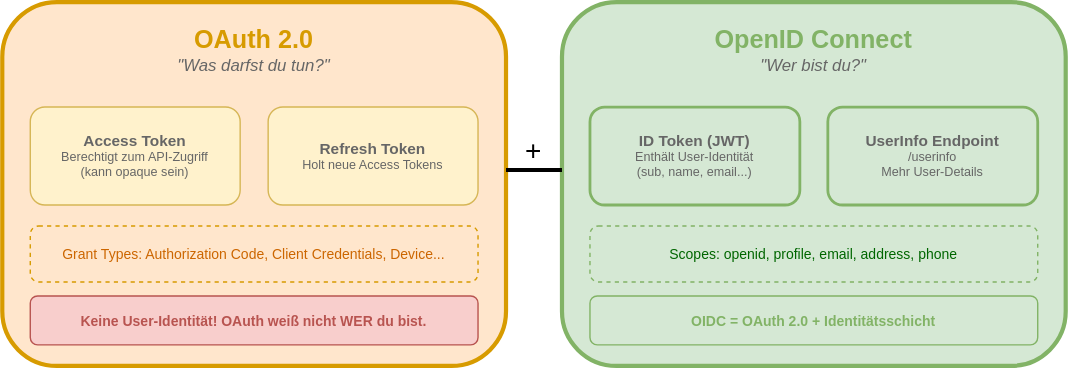
This is slides/02-protokoll-standards/images/oidc_vs_oauth.drawio.svg from it-erben/training-keycloak, a draw.io export, as it was before one commit. Source tidied: cells renumbered, new cells last; positions are measured from the earlier drawing's top-left corner, leaving out a move shared by most shapes.
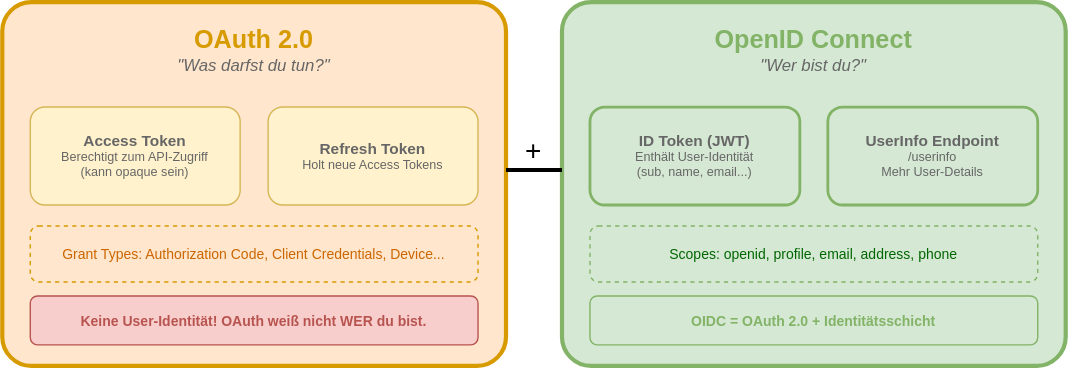
The same diagram one commit later.

Change to the diagram source:
```diff
@@ -2,7 +2,7 @@
   <root>
     <mxCell id="0" />
     <mxCell id="1" parent="0" />
-    <mxCell id="2" value="&lt;font style=&quot;font-size:18px&quot; color=&quot;#d79b00&quot;&gt;&lt;b&gt;OAuth 2.0&lt;/b&gt;&lt;/font&gt;&lt;br&gt;&lt;font color=&quot;#666666&quot;&gt;&lt;i&gt;&amp;quot;Was darfst du tun?&amp;quot;&lt;/i&gt;&lt;/font&gt;" style="rounded=1;whiteSpace=wrap;html=1;fillColor=#ffe6cc;strokeColor=#d79b00;strokeWidth=3;align=center;verticalAlign=top;fontSize=12;fontColor=#666666;spacingTop=10;" parent="1" vertex="1">
+    <mxCell id="2" value="&lt;font style=&quot;font-size:18px&quot; color=&quot;#d79b00&quot;&gt;&lt;b&gt;OAuth 2.0&lt;/b&gt;&lt;/font&gt;&lt;br&gt;&lt;font color=&quot;#666666&quot;&gt;&lt;i&gt;&amp;quot;Was darfst du tun?&amp;quot;&lt;/i&gt;&lt;/font&gt;" style="rounded=1;whiteSpace=wrap;html=1;fillColor=#ffe6cc;strokeColor=#d79b00;strokeWidth=3;align=center;verticalAlign=top;fontSize=12;fontColor=#666666;spacingTop=10;arcSize=8;" parent="1" vertex="1">
       <mxGeometry width="360" height="260" as="geometry" />
     </mxCell>
     <mxCell id="3" value="&lt;font style=&quot;font-size:11px&quot;&gt;&lt;b&gt;Access Token&lt;/b&gt;&lt;/font&gt;&lt;br&gt;&lt;font style=&quot;font-size:9px&quot; color=&quot;#666666&quot;&gt;Berechtigt zum API-Zugriff&lt;/font&gt;&lt;br&gt;&lt;font style=&quot;font-size:9px&quot; color=&quot;#666666&quot;&gt;(kann opaque sein)&lt;/font&gt;" style="rounded=1;whiteSpace=wrap;html=1;fillColor=#fff2cc;strokeColor=#d6b656;strokeWidth=1;align=center;verticalAlign=middle;fontSize=9;fontColor=#666666;" parent="1" vertex="1">
@@ -17,7 +17,7 @@
     <mxCell id="6" value="&lt;font style=&quot;font-size:10px&quot; color=&quot;#b85450&quot;&gt;&lt;b&gt;Keine User-Identität! OAuth weiß nicht WER du bist.&lt;/b&gt;&lt;/font&gt;" style="rounded=1;whiteSpace=wrap;html=1;fillColor=#f8cecc;strokeColor=#b85450;strokeWidth=1;align=center;verticalAlign=middle;fontSize=10;fontColor=#b85450;" parent="1" vertex="1">
       <mxGeometry x="20" y="210" width="320" height="35" as="geometry" />
     </mxCell>
-    <mxCell id="7" value="&lt;font style=&quot;font-size:18px&quot; color=&quot;#82b366&quot;&gt;&lt;b&gt;OpenID Connect&lt;/b&gt;&lt;/font&gt;&lt;br&gt;&lt;font color=&quot;#666666&quot;&gt;&lt;i&gt;&amp;quot;Wer bist du?&amp;quot;&lt;/i&gt;&lt;/font&gt;" style="rounded=1;whiteSpace=wrap;html=1;fillColor=#d5e8d4;strokeColor=#82b366;strokeWidth=3;align=center;verticalAlign=top;fontSize=12;fontColor=#666666;spacingTop=10;" parent="1" vertex="1">
+    <mxCell id="7" value="&lt;font style=&quot;font-size:18px&quot; color=&quot;#82b366&quot;&gt;&lt;b&gt;OpenID Connect&lt;/b&gt;&lt;/font&gt;&lt;br&gt;&lt;font color=&quot;#666666&quot;&gt;&lt;i&gt;&amp;quot;Wer bist du?&amp;quot;&lt;/i&gt;&lt;/font&gt;" style="rounded=1;whiteSpace=wrap;html=1;fillColor=#d5e8d4;strokeColor=#82b366;strokeWidth=3;align=center;verticalAlign=top;fontSize=12;fontColor=#666666;spacingTop=10;arcSize=8;" parent="1" vertex="1">
       <mxGeometry x="400" width="360" height="260" as="geometry" />
     </mxCell>
     <mxCell id="8" value="&lt;font style=&quot;font-size:11px&quot;&gt;&lt;b&gt;ID Token (JWT)&lt;/b&gt;&lt;/font&gt;&lt;br&gt;&lt;font style=&quot;font-size:9px&quot; color=&quot;#666666&quot;&gt;Enthält User-Identität&lt;/font&gt;&lt;br&gt;&lt;font style=&quot;font-size:9px&quot; color=&quot;#666666&quot;&gt;(sub, name, email...)&lt;/font&gt;" style="rounded=1;whiteSpace=wrap;html=1;fillColor=#d5e8d4;strokeColor=#82b366;strokeWidth=2;align=center;verticalAlign=middle;fontSize=9;fontColor=#666666;" parent="1" vertex="1">
```
